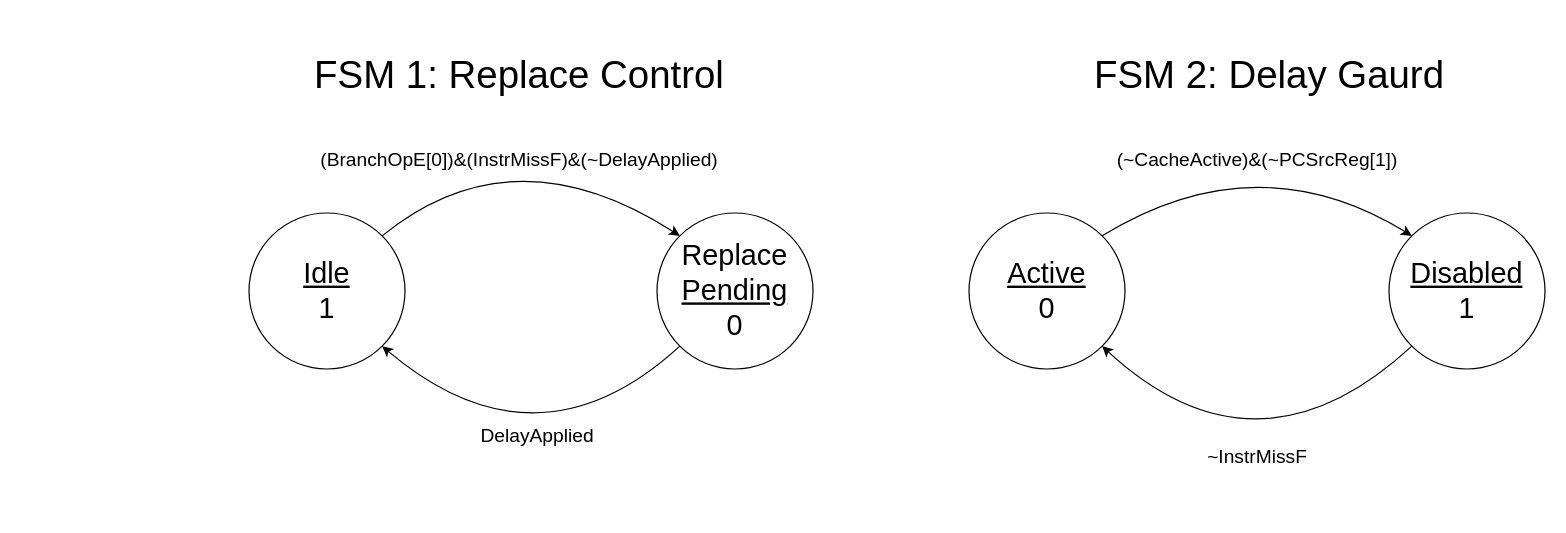
Above: page "Instruction Cache Control FSM's" (5 of 5) of Documentation/RISC-V Pipelined Schematic.drawio in Biggo03/RISC-V-Pipelined (draw.io), before the change. Source tidied: cells renumbered, new cells numbered last; positions are measured from the earlier drawing's top-left corner, leaving out a move shared by most shapes. Both pictures are drawn from the tidied source at 120%, with x=0, y=0 at pixel (248, 44).
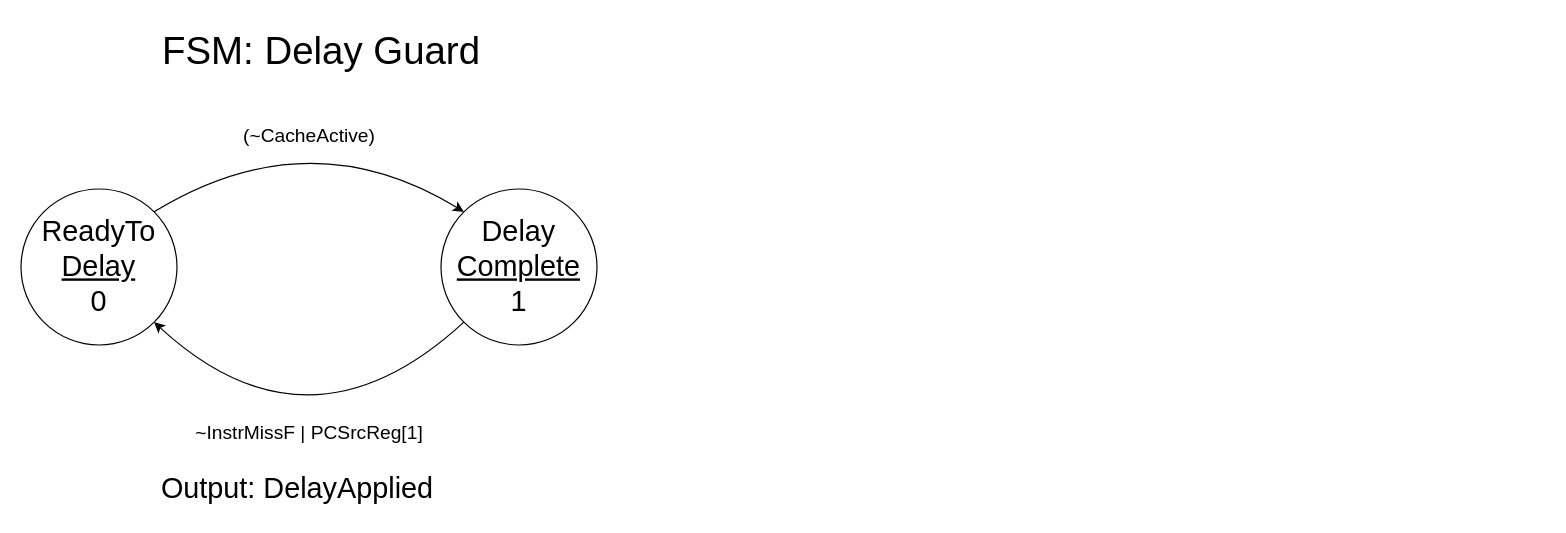
The same page after the edit.

What changed in the source:
```diff
@@
-    <mxCell id="2" value="&lt;font style=&quot;font-size: 24px;&quot;&gt;&lt;u&gt;Idle&lt;/u&gt;&lt;/font&gt;&lt;div&gt;&lt;font style=&quot;font-size: 24px;&quot;&gt;1&lt;/font&gt;&lt;/div&gt;" style="ellipse;whiteSpace=wrap;html=1;" parent="1" vertex="1">
-      <mxGeometry y="140" width="130" height="130" as="geometry" />
-    </mxCell>
-    <mxCell id="3" value="&lt;span style=&quot;font-size: 24px;&quot;&gt;Replace&lt;/span&gt;&lt;div&gt;&lt;span style=&quot;font-size: 24px;&quot;&gt;&lt;u&gt;Pending&lt;/u&gt;&lt;br&gt;&lt;/span&gt;&lt;div&gt;&lt;span style=&quot;font-size: 24px;&quot;&gt;0&lt;/span&gt;&lt;/div&gt;&lt;/div&gt;" style="ellipse;whiteSpace=wrap;html=1;" parent="1" vertex="1">
-      <mxGeometry x="340" y="140" width="130" height="130" as="geometry" />
-    </mxCell>
-    <mxCell id="4" value="&lt;span style=&quot;font-size: 24px;&quot;&gt;&lt;u&gt;Active&lt;/u&gt;&lt;/span&gt;&lt;br&gt;&lt;div&gt;&lt;span style=&quot;font-size: 24px;&quot;&gt;0&lt;/span&gt;&lt;/div&gt;" style="ellipse;whiteSpace=wrap;html=1;" parent="1" vertex="1">
-      <mxGeometry x="600" y="140" width="130" height="130" as="geometry" />
+    <mxCell id="4" value="&lt;span style=&quot;font-size: 24px;&quot;&gt;ReadyTo&lt;/span&gt;&lt;div&gt;&lt;span style=&quot;font-size: 24px;&quot;&gt;&lt;u&gt;Delay&lt;br&gt;&lt;/u&gt;&lt;/span&gt;&lt;div&gt;&lt;span style=&quot;font-size: 24px;&quot;&gt;0&lt;/span&gt;&lt;/div&gt;&lt;/div&gt;" style="ellipse;whiteSpace=wrap;html=1;" parent="1" vertex="1">
+      <mxGeometry x="-190" y="120" width="130" height="130" as="geometry" />
     </mxCell>
-    <mxCell id="5" value="&lt;span style=&quot;font-size: 24px;&quot;&gt;&lt;u&gt;Disabled&lt;/u&gt;&lt;/span&gt;&lt;br&gt;&lt;div&gt;&lt;font style=&quot;font-size: 24px;&quot;&gt;1&lt;/font&gt;&lt;/div&gt;" style="ellipse;whiteSpace=wrap;html=1;" parent="1" vertex="1">
-      <mxGeometry x="950" y="140" width="130" height="130" as="geometry" />
+    <mxCell id="5" value="&lt;span style=&quot;font-size: 24px;&quot;&gt;Delay&lt;/span&gt;&lt;div&gt;&lt;span style=&quot;font-size: 24px;&quot;&gt;&lt;u&gt;Complete&lt;/u&gt;&lt;br&gt;&lt;/span&gt;&lt;div&gt;&lt;div&gt;&lt;font style=&quot;font-size: 24px;&quot;&gt;1&lt;/font&gt;&lt;/div&gt;&lt;/div&gt;&lt;/div&gt;" style="ellipse;whiteSpace=wrap;html=1;" parent="1" vertex="1">
+      <mxGeometry x="160" y="120" width="130" height="130" as="geometry" />
     </mxCell>
     <mxCell id="6" style="endArrow=classic;html=1;rounded=0;exitX=1;exitY=0;exitDx=0;exitDy=0;entryX=0;entryY=0;entryDx=0;entryDy=0;curved=1;" parent="1" edge="1" source="4" target="5">
       <mxGeometry relative="1" as="geometry">
         <Array as="points">
-          <mxPoint x="840" y="80" />
+          <mxPoint x="50" y="60" />
         </Array>
       </mxGeometry>
     </mxCell>
     <mxCell id="7" style="endArrow=classic;html=1;rounded=0;exitX=0;exitY=1;exitDx=0;exitDy=0;entryX=1;entryY=1;entryDx=0;entryDy=0;curved=1;" parent="1" edge="1" source="5" target="4">
       <mxGeometry relative="1" as="geometry">
         <Array as="points">
-          <mxPoint x="840" y="370" />
+          <mxPoint x="50" y="350" />
         </Array>
       </mxGeometry>
     </mxCell>
-    <mxCell id="8" value="&lt;font style=&quot;font-size: 16px;&quot;&gt;(~CacheActive)&amp;amp;(~PCSrcReg[1])&lt;/font&gt;" style="text;html=1;align=center;verticalAlign=middle;strokeColor=none;fillColor=none;" parent="1" vertex="1">
-      <mxGeometry x="710" y="80" width="260" height="30" as="geometry" />
+    <mxCell id="8" value="&lt;font style=&quot;font-size: 16px;&quot;&gt;(~CacheActive)&lt;/font&gt;" style="text;html=1;align=center;verticalAlign=middle;strokeColor=none;fillColor=none;" parent="1" vertex="1">
+      <mxGeometry x="-15" y="60" width="130" height="30" as="geometry" />
     </mxCell>
-    <mxCell id="9" value="&lt;font style=&quot;font-size: 16px;&quot;&gt;~InstrMissF&lt;/font&gt;" style="text;html=1;align=center;verticalAlign=middle;strokeColor=none;fillColor=none;" parent="1" vertex="1">
-      <mxGeometry x="785" y="328" width="110" height="30" as="geometry" />
+    <mxCell id="9" value="&lt;font style=&quot;font-size: 16px;&quot;&gt;~InstrMissF | PCSrcReg[1]&lt;/font&gt;" style="text;html=1;align=center;verticalAlign=middle;strokeColor=none;fillColor=none;" parent="1" vertex="1">
+      <mxGeometry x="-55" y="308" width="210" height="30" as="geometry" />
     </mxCell>
-    <mxCell id="10" style="endArrow=classic;html=1;rounded=0;exitX=1;exitY=0;exitDx=0;exitDy=0;entryX=0;entryY=0;entryDx=0;entryDy=0;curved=1;" parent="1" edge="1" source="2" target="3">
-      <mxGeometry relative="1" as="geometry">
-        <Array as="points">
-          <mxPoint x="220" y="70" />
-        </Array>
-      </mxGeometry>
-    </mxCell>
-    <mxCell id="11" style="endArrow=classic;html=1;rounded=0;exitX=0;exitY=1;exitDx=0;exitDy=0;entryX=1;entryY=1;entryDx=0;entryDy=0;curved=1;" parent="1" edge="1" source="3" target="2">
-      <mxGeometry relative="1" as="geometry">
-        <Array as="points">
-          <mxPoint x="240" y="360" />
-        </Array>
-      </mxGeometry>
-    </mxCell>
-    <mxCell id="12" value="&lt;font style=&quot;font-size: 16px;&quot;&gt;(BranchOpE[0])&amp;amp;(InstrMissF)&amp;amp;(~DelayApplied)&lt;/font&gt;" style="text;html=1;align=center;verticalAlign=middle;strokeColor=none;fillColor=none;" parent="1" vertex="1">
-      <mxGeometry x="50" y="80" width="350" height="30" as="geometry" />
-    </mxCell>
-    <mxCell id="13" value="&lt;span style=&quot;font-size: 16px;&quot;&gt;DelayApplied&lt;/span&gt;" style="text;html=1;align=center;verticalAlign=middle;strokeColor=none;fillColor=none;" parent="1" vertex="1">
-      <mxGeometry x="180" y="310" width="120" height="30" as="geometry" />
-    </mxCell>
-    <mxCell id="14" value="&lt;font style=&quot;font-size: 32px;&quot;&gt;FSM 1: Replace Control&lt;/font&gt;" style="text;html=1;align=center;verticalAlign=middle;strokeColor=none;fillColor=none;" parent="1" vertex="1">
-      <mxGeometry x="45" width="360" height="50" as="geometry" />
-    </mxCell>
-    <mxCell id="15" value="&lt;font style=&quot;font-size: 32px;&quot;&gt;FSM 2: Delay Gaurd&lt;/font&gt;" style="text;html=1;align=center;verticalAlign=middle;strokeColor=none;fillColor=none;" parent="1" vertex="1">
-      <mxGeometry x="690" width="320" height="50" as="geometry" />
+    <mxCell id="15" value="&lt;font style=&quot;font-size: 32px;&quot;&gt;FSM: Delay Guard&lt;/font&gt;" style="text;html=1;align=center;verticalAlign=middle;strokeColor=none;fillColor=none;" parent="1" vertex="1">
+      <mxGeometry x="-85" y="-20" width="290" height="50" as="geometry" />
     </mxCell>
+    <mxCell id="16" value="&lt;font style=&quot;font-size: 24px;&quot;&gt;Output: DelayApplied&lt;/font&gt;" style="text;html=1;align=center;verticalAlign=middle;strokeColor=none;fillColor=none;" parent="1" vertex="1">
+      <mxGeometry x="-85" y="350" width="250" height="40" as="geometry" />
+    </mxCell>
```
